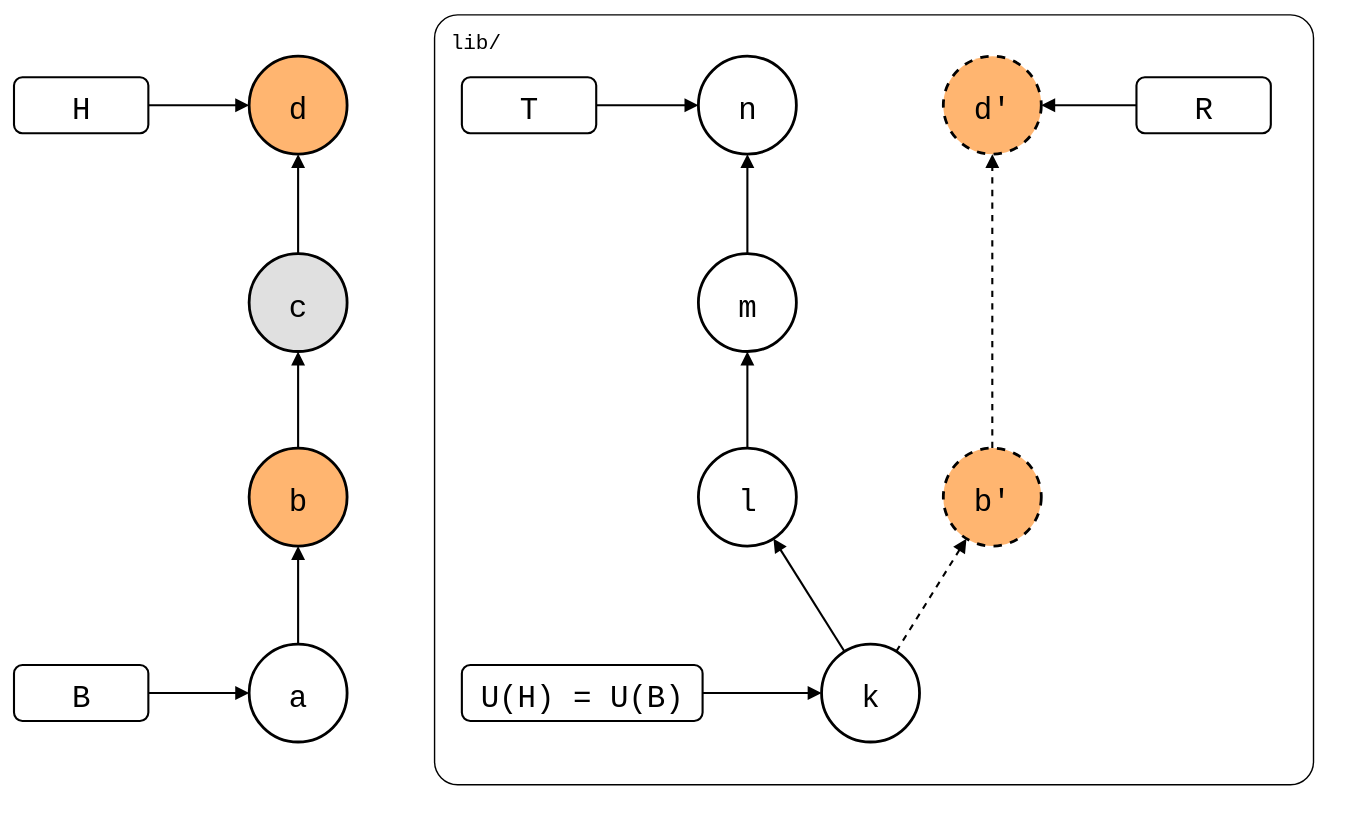
The draw.io diagram test/scenarios/01-everyday-sync/01-sync-model/before-pull.drawio.svg in roschaefer/git-splice, before a commit. Source tidied: cells renumbered, new cells last; positions are measured from the earlier drawing's top-left corner, leaving out a move shared by most shapes.
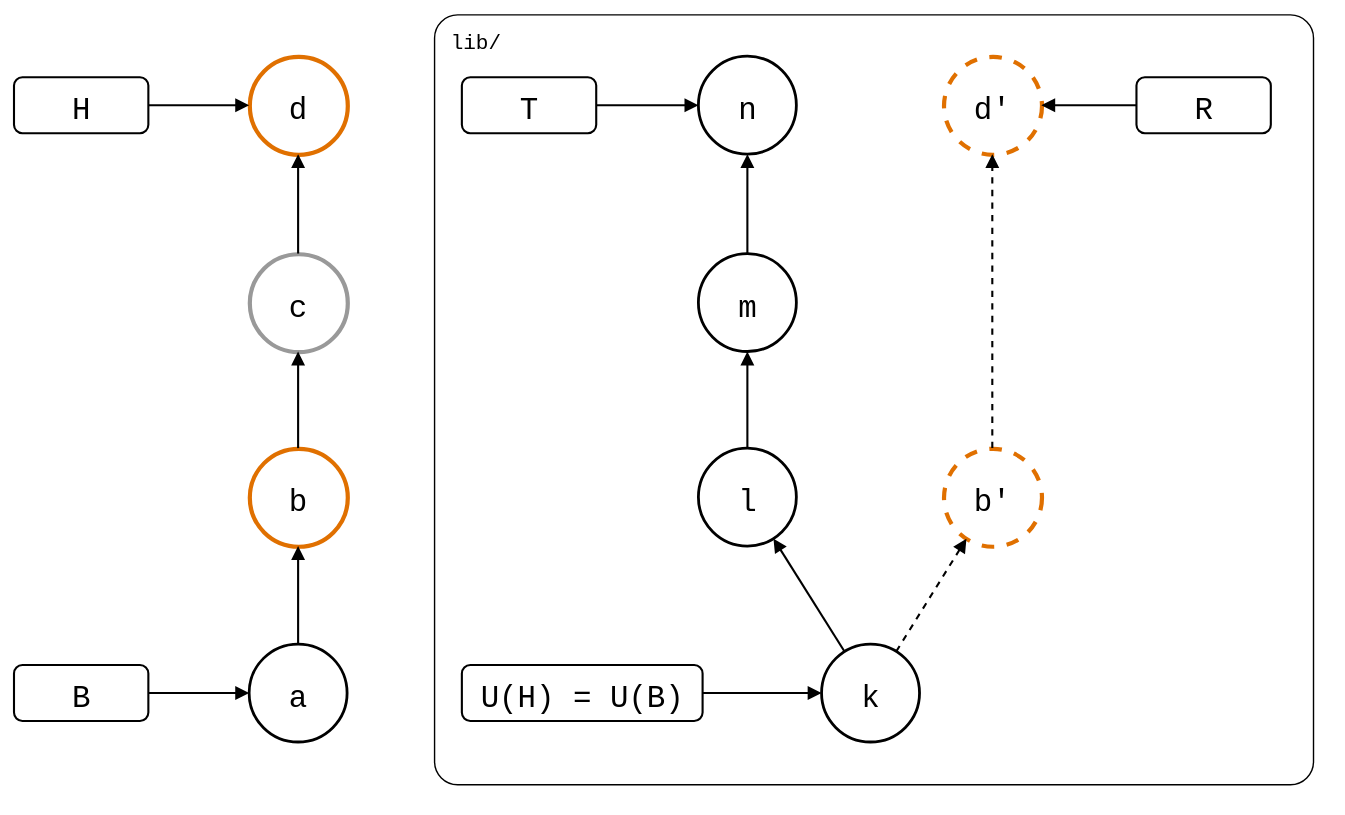
Above is the later version.

What changed in the source:
```diff
@@ -8,13 +8,13 @@
     <mxCell id="3" value="a" style="ellipse;strokeWidth=2;fontSize=22;fontFamily=Roboto Mono,monospace;" parent="1" vertex="1">
       <mxGeometry x="168" y="450" width="70" height="70" as="geometry" />
     </mxCell>
-    <mxCell id="4" value="b" style="ellipse;strokeWidth=2;fontSize=22;fontFamily=Roboto Mono,monospace;fillColor=#FFB570;" parent="1" vertex="1">
+    <mxCell id="4" value="b" style="ellipse;fontSize=22;fontFamily=Roboto Mono,monospace;strokeColor=#E07000;strokeWidth=3;" parent="1" vertex="1">
       <mxGeometry x="168" y="310" width="70" height="70" as="geometry" />
     </mxCell>
-    <mxCell id="5" value="c" style="ellipse;strokeWidth=2;fontSize=22;fontFamily=Roboto Mono,monospace;fillColor=#E0E0E0;" parent="1" vertex="1">
+    <mxCell id="5" value="c" style="ellipse;fontSize=22;fontFamily=Roboto Mono,monospace;strokeColor=#999999;strokeWidth=3;" parent="1" vertex="1">
       <mxGeometry x="168" y="171" width="70" height="70" as="geometry" />
     </mxCell>
-    <mxCell id="6" value="d" style="ellipse;strokeWidth=2;fontSize=22;fontFamily=Roboto Mono,monospace;fillColor=#FFB570;" parent="1" vertex="1">
+    <mxCell id="6" value="d" style="ellipse;fontSize=22;fontFamily=Roboto Mono,monospace;strokeColor=#E07000;strokeWidth=3;" parent="1" vertex="1">
       <mxGeometry x="168" y="30" width="70" height="70" as="geometry" />
     </mxCell>
     <mxCell id="7" value="k" style="ellipse;strokeWidth=2;fontSize=22;fontFamily=Roboto Mono,monospace;" parent="1" vertex="1">
@@ -29,10 +29,10 @@
     <mxCell id="10" value="n" style="ellipse;strokeWidth=2;fontSize=22;fontFamily=Roboto Mono,monospace;" parent="1" vertex="1">
       <mxGeometry x="489" y="30" width="70" height="70" as="geometry" />
     </mxCell>
-    <mxCell id="11" value="b'" style="ellipse;strokeWidth=2;fontSize=22;fontFamily=Roboto Mono,monospace;dashed=1;fillColor=#FFB570;" parent="1" vertex="1">
+    <mxCell id="11" value="b'" style="ellipse;fontSize=22;fontFamily=Roboto Mono,monospace;dashed=1;strokeColor=#E07000;strokeWidth=3;" parent="1" vertex="1">
       <mxGeometry x="664" y="310" width="70" height="70" as="geometry" />
     </mxCell>
-    <mxCell id="12" value="d'" style="ellipse;strokeWidth=2;fontSize=22;fontFamily=Roboto Mono,monospace;dashed=1;fillColor=#FFB570;" parent="1" vertex="1">
+    <mxCell id="12" value="d'" style="ellipse;fontSize=22;fontFamily=Roboto Mono,monospace;dashed=1;strokeColor=#E07000;strokeWidth=3;" parent="1" vertex="1">
       <mxGeometry x="664" y="30" width="70" height="70" as="geometry" />
     </mxCell>
     <mxCell id="13" value="H" style="rounded=1;strokeWidth=1.5;fontSize=22;fontFamily=Roboto Mono,monospace;" parent="1" vertex="1">
```
